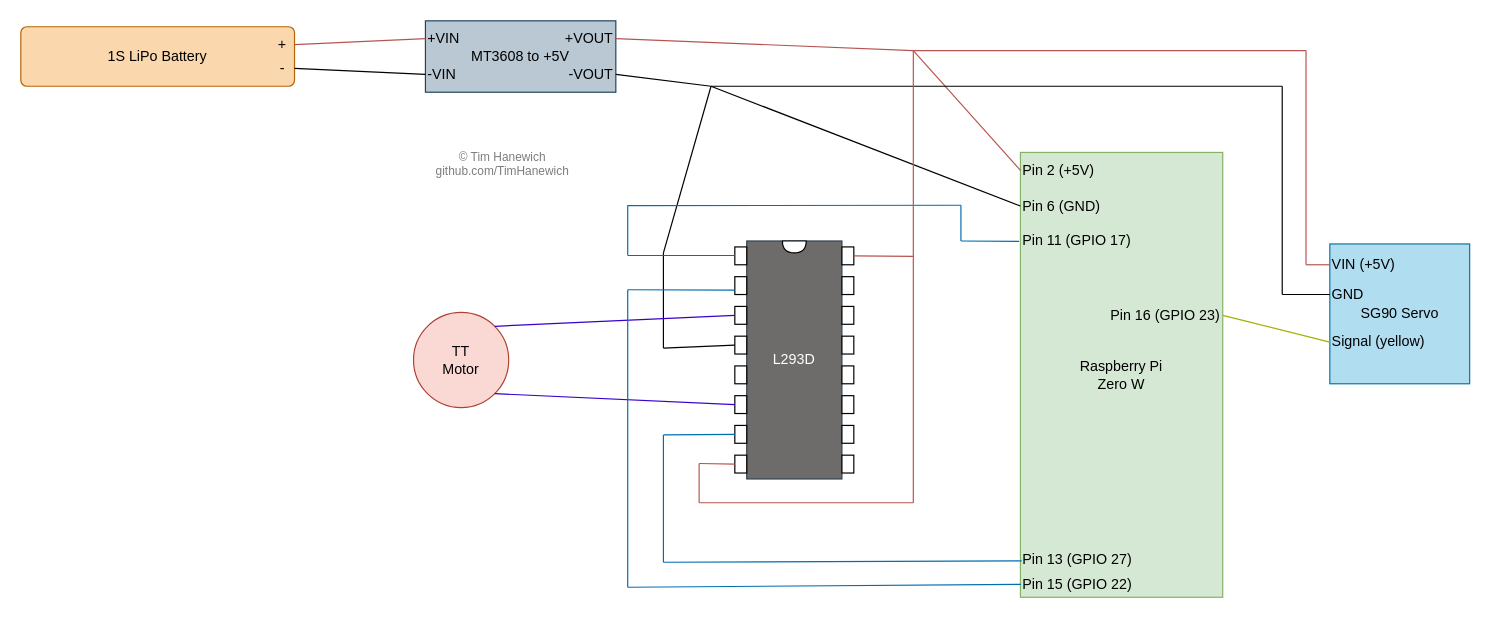
Earlier version of the draw.io diagram derivatives/PYPER X/wiring.drawio (TimHanewich/PYPER). Source tidied: cells renumbered, new cells numbered last; positions are measured from the earlier drawing's top-left corner, leaving out a move shared by most shapes. Both pictures are drawn from the tidied source at 119%, with x=0, y=0 at pixel (20, 20).
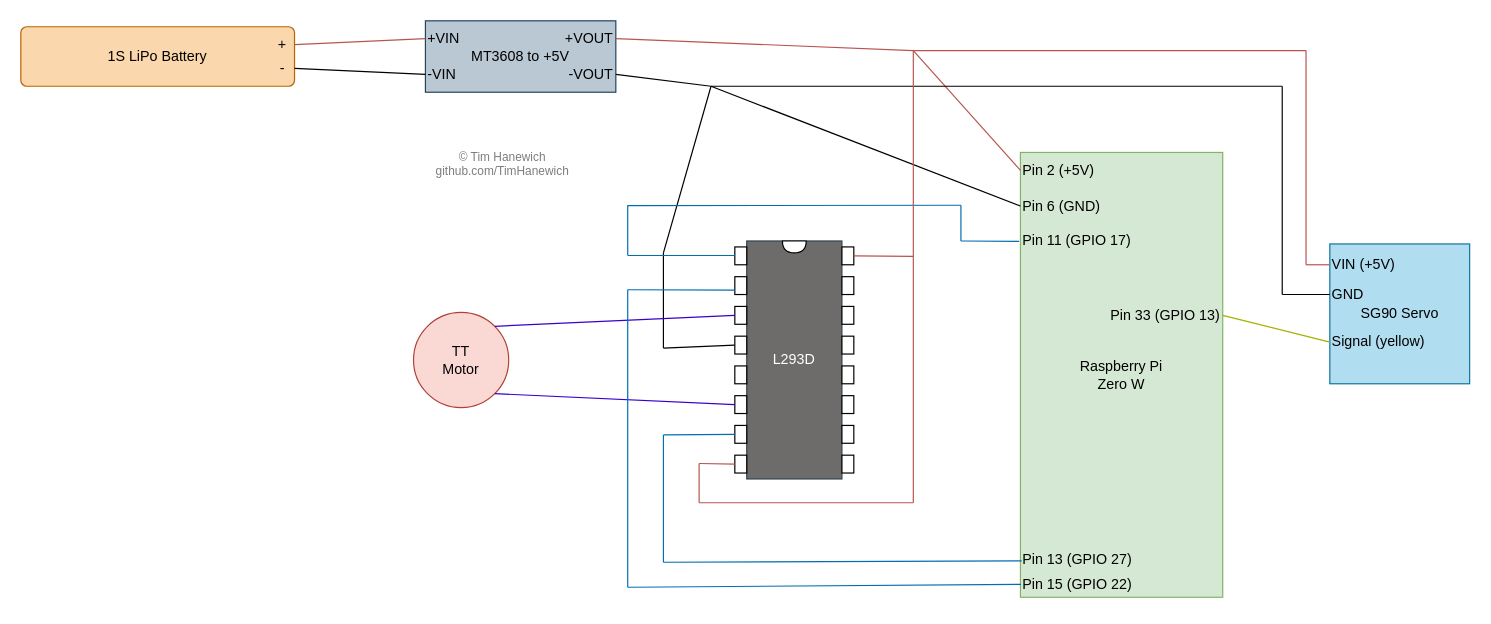
The same page after the edit.

Commit message:
Updated wiring diagram to new GPIO for PWM

Change to the diagram source:
```diff
@@
-    <mxCell id="67" value="Pin 16 (GPIO 23)" style="text;html=1;strokeColor=none;fillColor=none;align=right;verticalAlign=middle;whiteSpace=wrap;rounded=0;" parent="1" vertex="1">
+    <mxCell id="67" value="Pin 33 (GPIO 13)" style="text;html=1;strokeColor=none;fillColor=none;align=right;verticalAlign=middle;whiteSpace=wrap;rounded=0;" parent="1" vertex="1">
       <mxGeometry x="890" y="232.5" width="120" height="30" as="geometry" />
     </mxCell>
```
